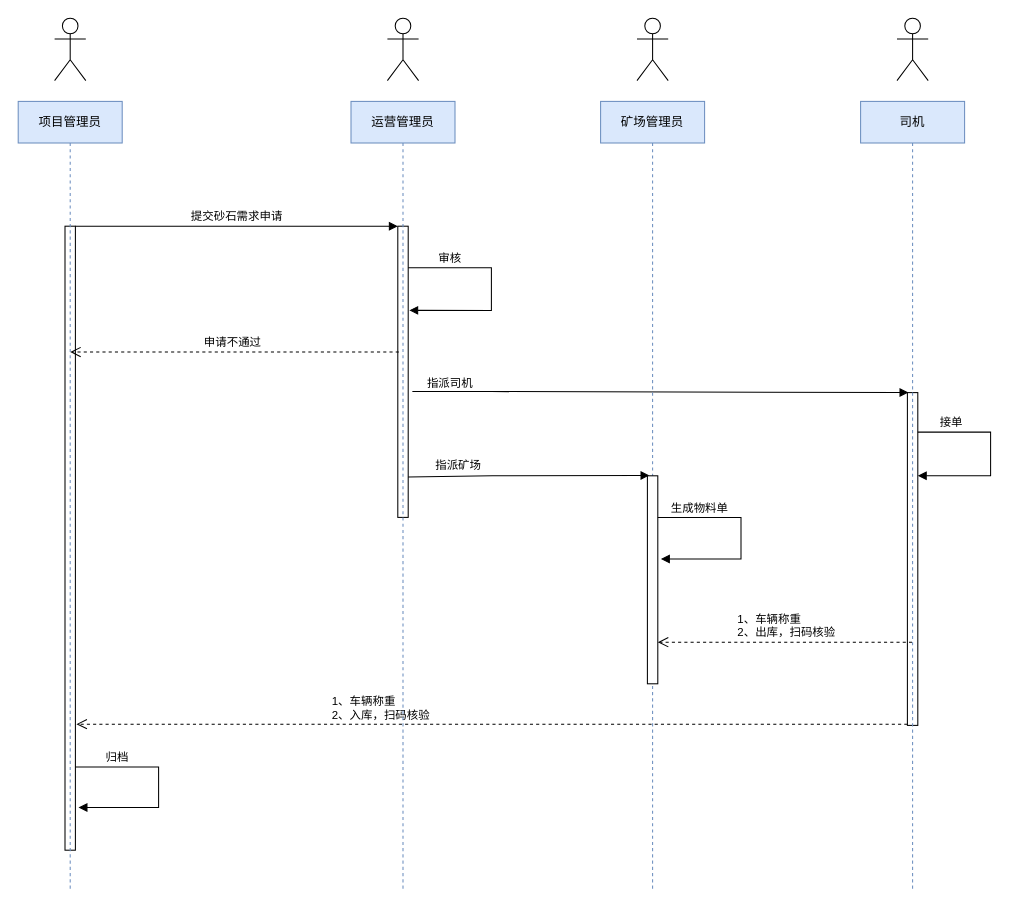
Before: 监督赋能执行力工作平台.drawio in z-cloud-z/draw, a draw.io diagram. Source tidied: cells renumbered, new cells numbered last; positions are measured from the earlier drawing's top-left corner, leaving out a move shared by most shapes. Both pictures are drawn from the tidied source at 104%, with x=0, y=0 at pixel (18, 18).
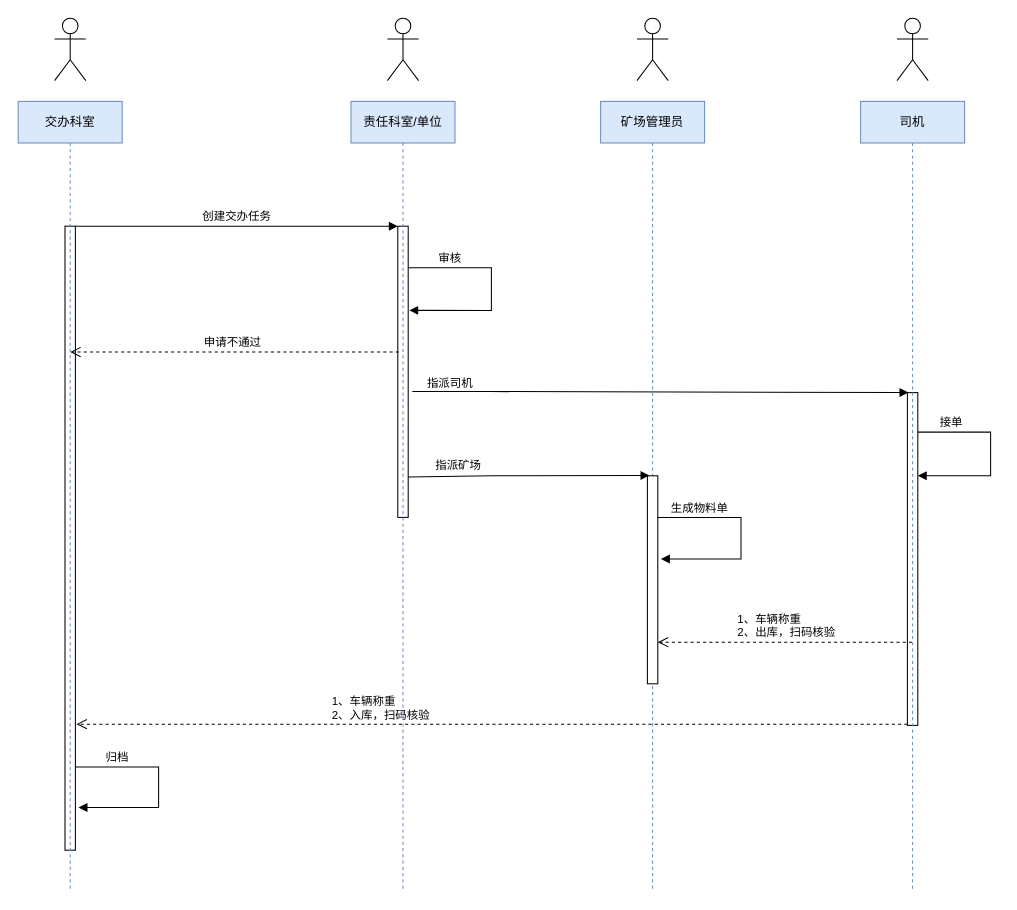
Above is the later version.

Commit message:
Update 监督赋能执行力工作平台.drawio

The change refers to these unchanged cells:
```xml
<mxCell id="6" style="html=1;points=[];perimeter=orthogonalPerimeter;" parent="1" vertex="1">
  <mxGeometry x="45" y="200" width="10" height="600" as="geometry" />
</mxCell>
<mxCell id="7" style="html=1;points=[];perimeter=orthogonalPerimeter;" parent="1" vertex="1">
  <mxGeometry x="365" y="200" width="10" height="280" as="geometry" />
</mxCell>
```

Diff of the diagram source:
```diff
@@
-    <mxCell id="8" value="提交砂石需求申请" style="html=1;verticalAlign=bottom;endArrow=block;entryX=0;entryY=0;rounded=0;" parent="1" edge="1" source="6" target="7">
+    <mxCell id="8" value="创建交办任务" style="html=1;verticalAlign=bottom;endArrow=block;entryX=0;entryY=0;rounded=0;" parent="1" edge="1" source="6" target="7">
       <mxGeometry relative="1" as="geometry" />
     </mxCell>
@@
-    <mxCell id="18" value="&lt;span&gt;项目管理员&lt;/span&gt;" style="shape=umlLifeline;perimeter=lifelinePerimeter;whiteSpace=wrap;html=1;fillColor=#dae8fc;strokeColor=#6c8ebf;" parent="1" vertex="1">
+    <mxCell id="18" value="交办科室" style="shape=umlLifeline;perimeter=lifelinePerimeter;whiteSpace=wrap;html=1;fillColor=#dae8fc;strokeColor=#6c8ebf;" parent="1" vertex="1">
       <mxGeometry y="80" width="100" height="760" as="geometry" />
     </mxCell>
-    <mxCell id="19" value="&lt;span&gt;运营管理员&lt;/span&gt;" style="shape=umlLifeline;perimeter=lifelinePerimeter;whiteSpace=wrap;html=1;fillColor=#dae8fc;strokeColor=#6c8ebf;" parent="1" vertex="1">
+    <mxCell id="19" value="&lt;span&gt;责任科室/单位&lt;/span&gt;" style="shape=umlLifeline;perimeter=lifelinePerimeter;whiteSpace=wrap;html=1;fillColor=#dae8fc;strokeColor=#6c8ebf;" parent="1" vertex="1">
       <mxGeometry x="320" y="80" width="100" height="760" as="geometry" />
     </mxCell>
```
